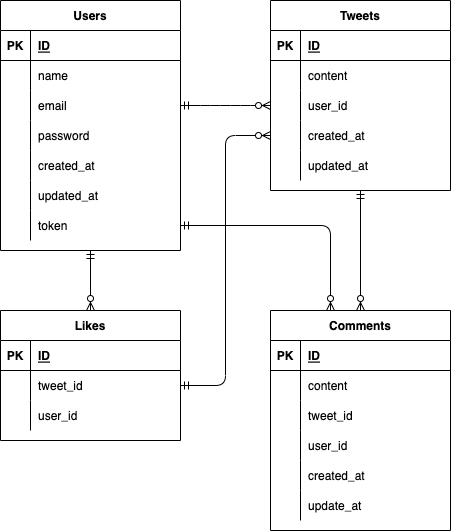
Earlier version of the draw.io export ER.drawio.png (masanarimiura/Twitter-SNS-app). Source tidied: cells renumbered, new cells last; positions are measured from the earlier drawing's top-left corner, leaving out a move shared by most shapes.
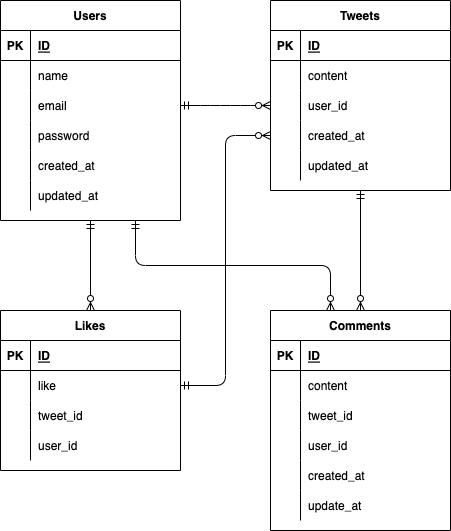
After the change.

What changed in the source:
```diff
@@ -3,7 +3,7 @@
     <mxCell id="0" />
     <mxCell id="1" parent="0" />
     <mxCell id="2" value="Users" style="shape=table;startSize=30;rowLines=0;fontStyle=1;align=center;" parent="1" vertex="1">
-      <mxGeometry width="180" height="250" as="geometry" />
+      <mxGeometry width="180" height="220" as="geometry" />
     </mxCell>
     <mxCell id="3" style="shape=partialRectangle;fillColor=none;top=0;left=0;bottom=1;right=0;" parent="2" vertex="1">
       <mxGeometry y="30" width="180" height="30" as="geometry" />
@@ -59,15 +59,6 @@
     <mxCell id="20" value="updated_at" style="shape=partialRectangle;fillColor=none;top=0;left=0;bottom=0;right=0;align=left;spacingLeft=6;overflow=hidden;" parent="18" vertex="1">
       <mxGeometry x="30" width="150" height="30" as="geometry" />
     </mxCell>
-    <mxCell id="21" style="shape=partialRectangle;fillColor=none;top=0;left=0;bottom=0;right=0;points=[[0,0.5],[1,0.5]];portConstraint=eastwest;" parent="2" vertex="1">
-      <mxGeometry y="210" width="180" height="30" as="geometry" />
-    </mxCell>
-    <mxCell id="22" style="shape=partialRectangle;fillColor=none;top=0;left=0;bottom=0;right=0;overflow=hidden;" parent="21" vertex="1">
-      <mxGeometry width="30" height="30" as="geometry" />
-    </mxCell>
-    <mxCell id="23" value="token" style="shape=partialRectangle;fillColor=none;top=0;left=0;bottom=0;right=0;align=left;spacingLeft=6;overflow=hidden;" parent="21" vertex="1">
-      <mxGeometry x="30" width="150" height="30" as="geometry" />
-    </mxCell>
     <mxCell id="24" value="Tweets" style="shape=table;startSize=30;rowLines=0;fontStyle=1;align=center;" parent="1" vertex="1">
       <mxGeometry x="270" width="180" height="190" as="geometry" />
     </mxCell>
@@ -174,7 +165,7 @@
       <mxGeometry x="30" width="150" height="30" as="geometry" />
     </mxCell>
     <mxCell id="59" value="Likes" style="shape=table;startSize=30;rowLines=0;fontStyle=1;align=center;" parent="1" vertex="1">
-      <mxGeometry y="310" width="180" height="130" as="geometry" />
+      <mxGeometry y="310" width="180" height="160" as="geometry" />
     </mxCell>
     <mxCell id="60" style="shape=partialRectangle;fillColor=none;top=0;left=0;bottom=1;right=0;" parent="59" vertex="1">
       <mxGeometry y="30" width="180" height="30" as="geometry" />
@@ -191,11 +182,20 @@
     <mxCell id="64" style="shape=partialRectangle;fillColor=none;top=0;left=0;bottom=0;right=0;overflow=hidden;" parent="63" vertex="1">
       <mxGeometry width="30" height="30" as="geometry" />
     </mxCell>
-    <mxCell id="65" value="tweet_id" style="shape=partialRectangle;fillColor=none;top=0;left=0;bottom=0;right=0;align=left;spacingLeft=6;overflow=hidden;" parent="63" vertex="1">
+    <mxCell id="65" value="like" style="shape=partialRectangle;fillColor=none;top=0;left=0;bottom=0;right=0;align=left;spacingLeft=6;overflow=hidden;" parent="63" vertex="1">
       <mxGeometry x="30" width="150" height="30" as="geometry" />
     </mxCell>
+    <mxCell id="74" style="shape=partialRectangle;fillColor=none;top=0;left=0;bottom=0;right=0;" parent="59" vertex="1">
+      <mxGeometry y="90" width="180" height="30" as="geometry" />
+    </mxCell>
+    <mxCell id="22" style="shape=partialRectangle;fillColor=none;top=0;left=0;bottom=0;right=0;overflow=hidden;" parent="74" vertex="1">
+      <mxGeometry width="30" height="30" as="geometry" />
+    </mxCell>
+    <mxCell id="75" value="tweet_id" style="shape=partialRectangle;fillColor=none;top=0;left=0;bottom=0;right=0;align=left;spacingLeft=6;overflow=hidden;" parent="74" vertex="1">
+      <mxGeometry x="30" width="150" height="30" as="geometry" />
+    </mxCell>
     <mxCell id="66" style="shape=partialRectangle;fillColor=none;top=0;left=0;bottom=0;right=0;" parent="59" vertex="1">
-      <mxGeometry y="90" width="180" height="30" as="geometry" />
+      <mxGeometry y="120" width="180" height="30" as="geometry" />
     </mxCell>
     <mxCell id="67" style="shape=partialRectangle;fillColor=none;top=0;left=0;bottom=0;right=0;overflow=hidden;" parent="66" vertex="1">
       <mxGeometry width="30" height="30" as="geometry" />
@@ -203,10 +203,8 @@
     <mxCell id="68" value="user_id" style="shape=partialRectangle;fillColor=none;top=0;left=0;bottom=0;right=0;align=left;spacingLeft=6;overflow=hidden;" parent="66" vertex="1">
       <mxGeometry x="30" width="150" height="30" as="geometry" />
     </mxCell>
-    <mxCell id="69" style="fontSize=12;html=1;endArrow=ERzeroToMany;startArrow=ERmandOne;entryX=0.5;entryY=0;entryDx=0;entryDy=0;strokeWidth=1;" parent="1" edge="1" target="59">
-      <mxGeometry relative="1" as="geometry">
-        <mxPoint x="90" y="250" as="sourcePoint" />
-      </mxGeometry>
+    <mxCell id="69" style="fontSize=12;html=1;endArrow=ERzeroToMany;startArrow=ERmandOne;entryX=0.5;entryY=0;entryDx=0;entryDy=0;strokeWidth=1;exitX=0.5;exitY=1;exitDx=0;exitDy=0;" parent="1" edge="1" source="2" target="59">
+      <mxGeometry relative="1" as="geometry" />
     </mxCell>
     <mxCell id="70" style="edgeStyle=entityRelationEdgeStyle;fontSize=12;html=1;endArrow=ERzeroToMany;startArrow=ERmandOne;strokeWidth=1;exitX=1;exitY=0.5;exitDx=0;exitDy=0;entryX=0;entryY=0.5;entryDx=0;entryDy=0;" parent="1" edge="1" source="9" target="31">
       <mxGeometry relative="1" as="geometry" />
@@ -217,7 +215,7 @@
     <mxCell id="72" style="edgeStyle=orthogonalEdgeStyle;fontSize=12;html=1;endArrow=ERzeroToMany;startArrow=ERmandOne;strokeWidth=1;exitX=1;exitY=0.5;exitDx=0;exitDy=0;entryX=0;entryY=0.5;entryDx=0;entryDy=0;" parent="1" edge="1" source="63" target="34">
       <mxGeometry relative="1" as="geometry" />
     </mxCell>
-    <mxCell id="73" style="edgeStyle=orthogonalEdgeStyle;fontSize=12;html=1;endArrow=ERzeroToMany;startArrow=ERmandOne;strokeWidth=1;exitX=1;exitY=0.5;exitDx=0;exitDy=0;entryX=0;entryY=0.5;entryDx=0;entryDy=0;" parent="1" edge="1" source="21">
+    <mxCell id="73" style="edgeStyle=orthogonalEdgeStyle;fontSize=12;html=1;endArrow=ERzeroToMany;startArrow=ERmandOne;strokeWidth=1;exitX=0.75;exitY=1;exitDx=0;exitDy=0;entryX=0;entryY=0.5;entryDx=0;entryDy=0;" parent="1" edge="1" source="2">
       <mxGeometry relative="1" as="geometry">
         <mxPoint x="330" y="310" as="targetPoint" />
       </mxGeometry>
```
